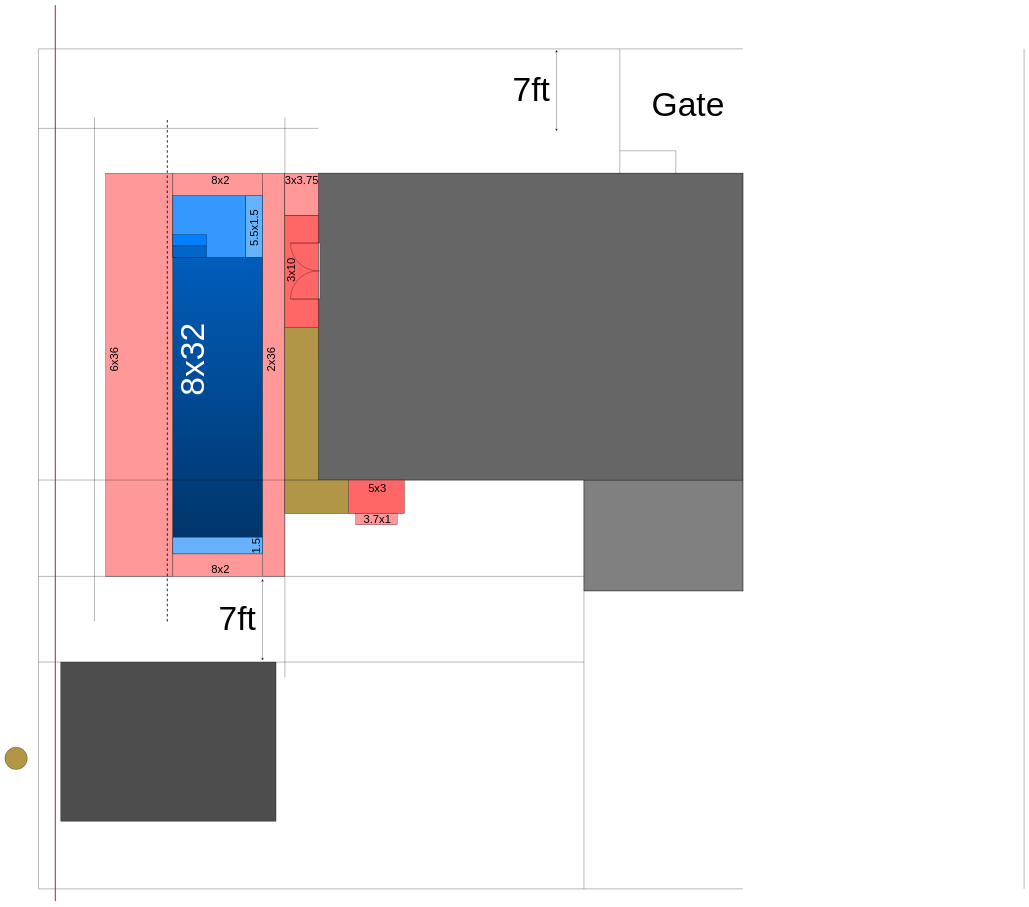
Earlier version of the draw.io diagram Pool.drawio (hikumealan/draw-io-diagrams). Source tidied: cells renumbered, new cells numbered last; positions are measured from the earlier drawing's top-left corner, leaving out a move shared by most shapes. Both pictures are drawn from the tidied source at 28%, with x=0, y=0 at pixel (5, 5).
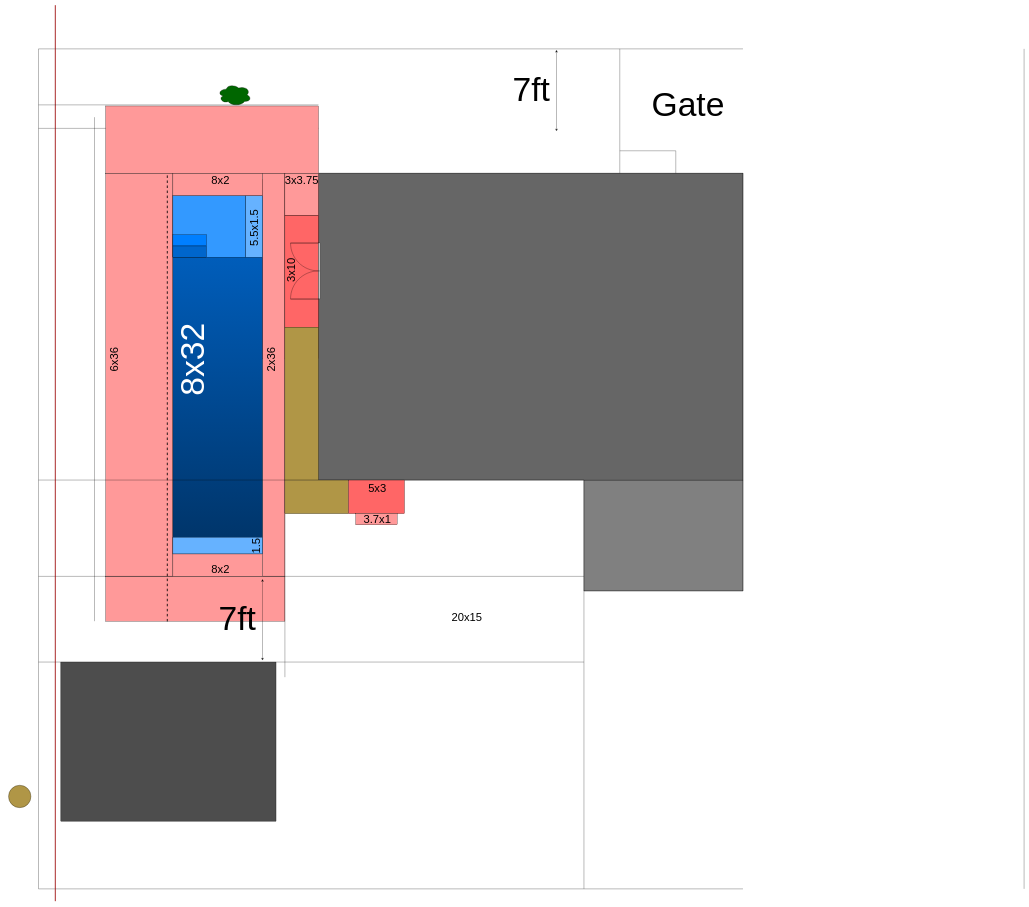
Above is the later version.

The edit, as a diff of the source:
```diff
@@
+    <mxCell id="68" style="rounded=0;whiteSpace=wrap;html=1;fontSize=40;fontColor=#000000;fillColor=#FF9999;gradientColor=none;gradientDirection=north;" parent="1" vertex="1">
+      <mxGeometry x="360" y="2040" width="640" height="160" as="geometry" />
+    </mxCell>
@@
     <mxCell id="43" style="ellipse;whiteSpace=wrap;html=1;fontSize=120;fillColor=#B09646;gradientColor=none;gradientDirection=north;" parent="1" vertex="1">
-      <mxGeometry y="2650" width="80" height="80" as="geometry" />
+      <mxGeometry x="13" y="2786" width="80" height="80" as="geometry" />
     </mxCell>
@@
+    <mxCell id="69" style="ellipse;shape=cloud;whiteSpace=wrap;html=1;fontSize=40;fontColor=#000000;fillColor=#006600;gradientColor=none;gradientDirection=north;" parent="1" vertex="1">
+      <mxGeometry x="760" y="280" width="120" height="80" as="geometry" />
+    </mxCell>
+    <mxCell id="70" value="20x15" style="text;html=1;strokeColor=none;fillColor=none;align=center;verticalAlign=middle;whiteSpace=wrap;rounded=0;fontSize=40;fontColor=#000000;" parent="1" vertex="1">
+      <mxGeometry x="1620" y="2170" width="60" height="30" as="geometry" />
+    </mxCell>
+    <mxCell id="71" style="rounded=0;whiteSpace=wrap;html=1;fontSize=40;fontColor=#000000;fillColor=#FF9999;gradientColor=none;gradientDirection=north;" parent="1" vertex="1">
+      <mxGeometry x="360" y="360" width="760" height="240" as="geometry" />
+    </mxCell>
+    <mxCell id="72" style="endArrow=none;html=1;rounded=0;fontSize=40;fontColor=#000000;strokeColor=#000000;strokeWidth=1;" parent="1" edge="1">
+      <mxGeometry relative="1" as="geometry">
+        <mxPoint x="120" y="356" as="sourcePoint" />
+        <mxPoint x="1120" y="356" as="targetPoint" />
+      </mxGeometry>
+    </mxCell>
```
